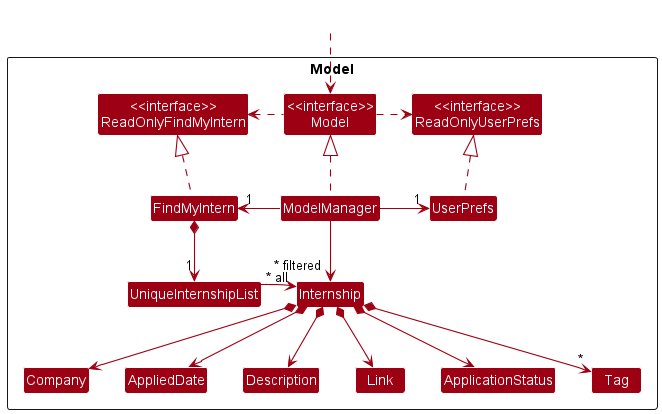
This is docs/images/ModelClassDiagram.png from nus-cs2103-AY2223S1/tp, a PlantUML export, as it was before one commit.
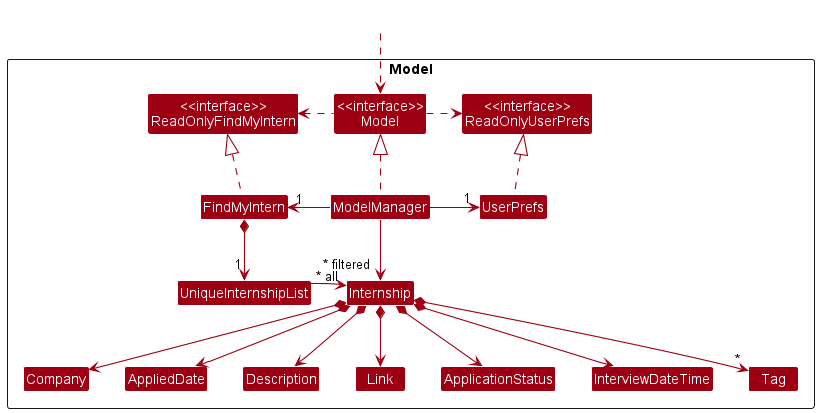
After the commit.

Change to the diagram source:
```diff
@@ -18,6 +18,7 @@
 Class Link
 Class Company
 Class AppliedDate
+Class InterviewDateTime
 Class ApplicationStatus
 Class Tag
 
@@ -40,6 +41,7 @@
 UniqueInternshipList --> "~* all" Internship
 Internship *--> Company
 Internship *--> AppliedDate
+Internship *--> InterviewDateTime
 Internship *--> Link
 Internship *--> Description
 Internship *--> ApplicationStatus
```
